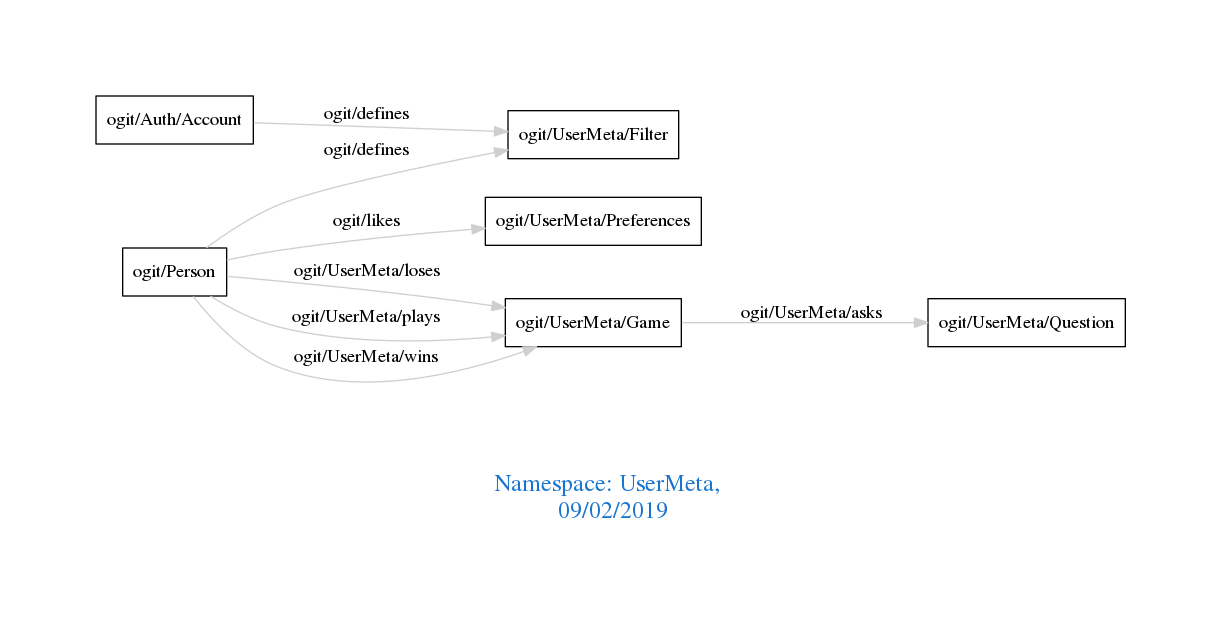
Before: downloads/UserMeta.png, a diagram exported from Graphviz (arago/OGIT). Its source is kept beside it as downloads/UserMeta.dot.
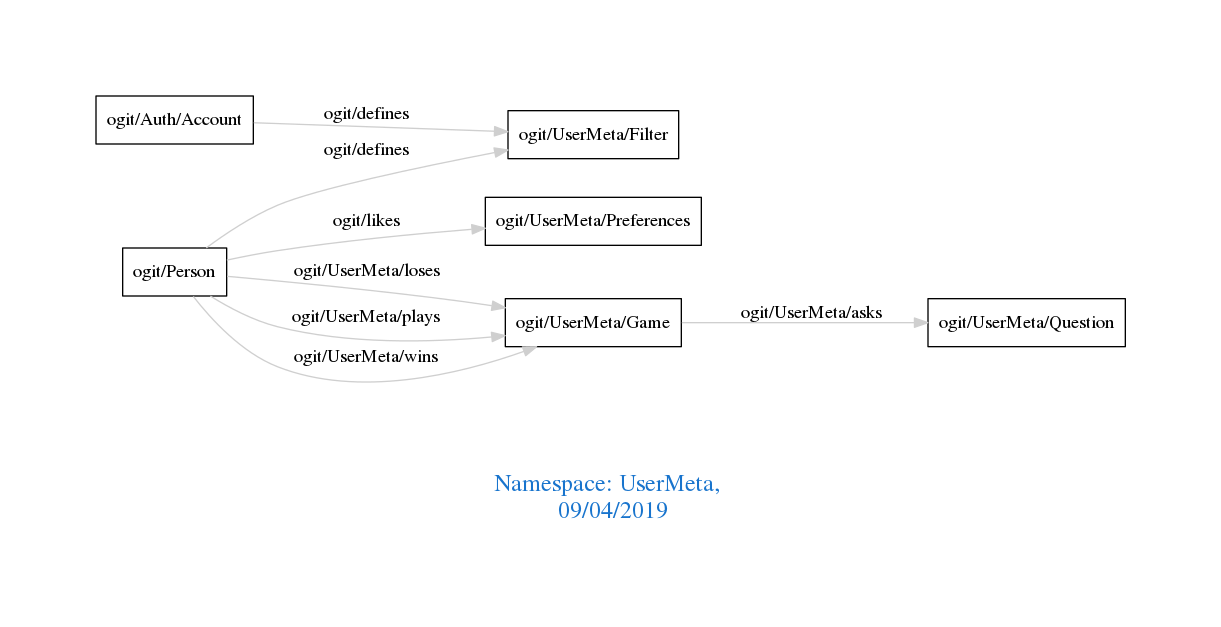
Above is the later version.

The edit, as a diff of the source:
```diff
@@ -1,7 +1,7 @@
 digraph OGIT_ontology {
  graph [ rankdir= LR,pad=1
 fontsize = 18,
-fontcolor= dodgerblue3,label = "\n\n\nNamespace: UserMeta, \n 09/02/2019"];
+fontcolor= dodgerblue3,label = "\n\n\nNamespace: UserMeta, \n 09/04/2019"];
 node[shape=polygon];
 edge [  color="gray81"];
 
```
